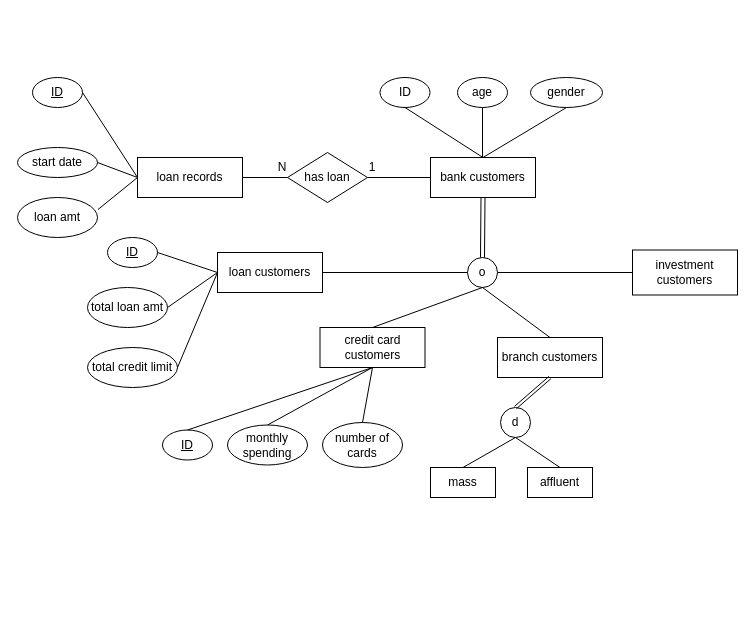
Earlier version of the draw.io diagram Homeworks/hw1.drawio (qqaazz800624/2023_Database_Systems_SQLtoNoSQL). Source tidied: cells renumbered, new cells numbered last; positions are measured from the earlier drawing's top-left corner, leaving out a move shared by most shapes. Both pictures are drawn from the tidied source at 100%, with x=0, y=0 at pixel (17, 77).
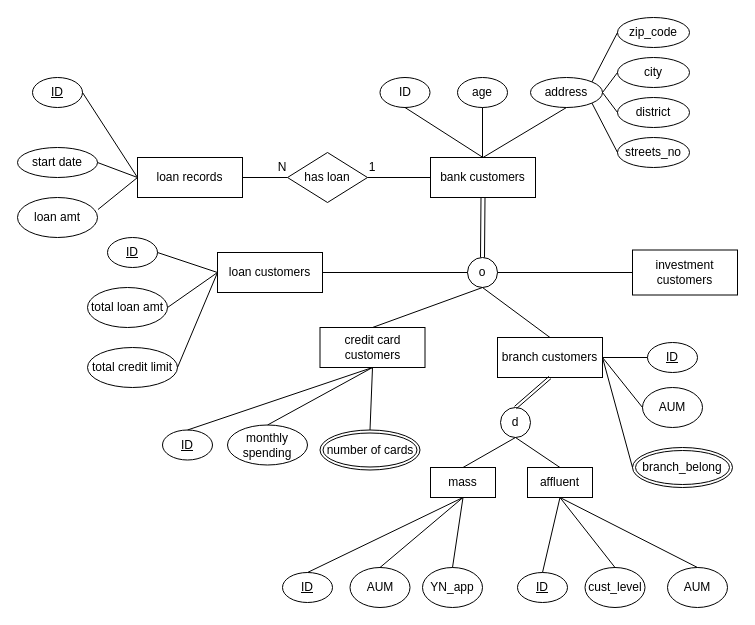
The same diagram, later.

The change refers to these unchanged cells:
```xml
<mxCell id="4" value="branch customers" style="rounded=0;whiteSpace=wrap;html=1;" parent="1" vertex="1">
  <mxGeometry x="480" y="260" width="105" height="40" as="geometry" />
</mxCell>
<mxCell id="19" value="mass" style="rounded=0;whiteSpace=wrap;html=1;" parent="1" vertex="1">
  <mxGeometry x="413" y="390" width="65" height="30" as="geometry" />
</mxCell>
<mxCell id="20" value="affluent" style="rounded=0;whiteSpace=wrap;html=1;" parent="1" vertex="1">
  <mxGeometry x="510" y="390" width="65" height="30" as="geometry" />
</mxCell>
```

Diff of the diagram source:
```diff
@@
-    <mxCell id="14" value="gender" style="ellipse;whiteSpace=wrap;html=1;" parent="1" vertex="1">
+    <mxCell id="14" value="address" style="ellipse;whiteSpace=wrap;html=1;" parent="1" vertex="1">
       <mxGeometry x="513" width="72" height="30" as="geometry" />
     </mxCell>
@@
-    <mxCell id="45" value="number of cards" style="ellipse;whiteSpace=wrap;html=1;" parent="1" vertex="1">
-      <mxGeometry x="305" y="345" width="80" height="45" as="geometry" />
-    </mxCell>
@@
+    <mxCell id="50" value="&lt;u&gt;ID&lt;/u&gt;" style="ellipse;whiteSpace=wrap;html=1;" parent="1" vertex="1">
+      <mxGeometry x="630" y="265" width="50" height="30" as="geometry" />
+    </mxCell>
+    <mxCell id="51" value="AUM" style="ellipse;whiteSpace=wrap;html=1;" parent="1" vertex="1">
+      <mxGeometry x="625" y="310" width="60" height="40" as="geometry" />
+    </mxCell>
+    <mxCell id="52" style="endArrow=none;html=1;rounded=0;entryX=1;entryY=0.5;entryDx=0;entryDy=0;exitX=0;exitY=0.5;exitDx=0;exitDy=0;" parent="1" edge="1" source="50" target="4">
+      <mxGeometry relative="1" as="geometry" />
+    </mxCell>
+    <mxCell id="53" style="endArrow=none;html=1;rounded=0;entryX=1;entryY=0.5;entryDx=0;entryDy=0;exitX=0;exitY=0.5;exitDx=0;exitDy=0;" parent="1" edge="1" source="51" target="4">
+      <mxGeometry relative="1" as="geometry" />
+    </mxCell>
+    <mxCell id="54" value="branch_belong" style="ellipse;shape=doubleEllipse;margin=3;whiteSpace=wrap;html=1;align=center;" parent="1" vertex="1">
+      <mxGeometry x="615" y="370" width="100" height="40" as="geometry" />
+    </mxCell>
+    <mxCell id="55" style="endArrow=none;html=1;rounded=0;entryX=1;entryY=0.5;entryDx=0;entryDy=0;exitX=0;exitY=0.5;exitDx=0;exitDy=0;" parent="1" edge="1" source="54" target="4">
+      <mxGeometry relative="1" as="geometry" />
+    </mxCell>
+    <mxCell id="56" value="zip_code" style="ellipse;whiteSpace=wrap;html=1;" parent="1" vertex="1">
+      <mxGeometry x="600" y="-60" width="72" height="30" as="geometry" />
+    </mxCell>
+    <mxCell id="57" value="city" style="ellipse;whiteSpace=wrap;html=1;" parent="1" vertex="1">
+      <mxGeometry x="600" y="-20" width="72" height="30" as="geometry" />
+    </mxCell>
+    <mxCell id="58" value="district" style="ellipse;whiteSpace=wrap;html=1;" parent="1" vertex="1">
+      <mxGeometry x="600" y="20" width="72" height="30" as="geometry" />
+    </mxCell>
+    <mxCell id="59" value="streets_no" style="ellipse;whiteSpace=wrap;html=1;" parent="1" vertex="1">
+      <mxGeometry x="600" y="60" width="72" height="30" as="geometry" />
+    </mxCell>
+    <mxCell id="60" style="endArrow=none;html=1;rounded=0;entryX=1;entryY=0;entryDx=0;entryDy=0;exitX=0;exitY=0.5;exitDx=0;exitDy=0;" parent="1" edge="1" source="56" target="14">
+      <mxGeometry relative="1" as="geometry" />
+    </mxCell>
+    <mxCell id="61" style="endArrow=none;html=1;rounded=0;entryX=1;entryY=0.5;entryDx=0;entryDy=0;exitX=0;exitY=0.5;exitDx=0;exitDy=0;" parent="1" edge="1" source="57" target="14">
+      <mxGeometry relative="1" as="geometry" />
+    </mxCell>
+    <mxCell id="62" style="endArrow=none;html=1;rounded=0;entryX=1;entryY=0.5;entryDx=0;entryDy=0;exitX=0;exitY=0.5;exitDx=0;exitDy=0;" parent="1" edge="1" source="58" target="14">
+      <mxGeometry relative="1" as="geometry" />
+    </mxCell>
+    <mxCell id="63" style="endArrow=none;html=1;rounded=0;entryX=1;entryY=1;entryDx=0;entryDy=0;exitX=0;exitY=0.5;exitDx=0;exitDy=0;" parent="1" edge="1" source="59" target="14">
+      <mxGeometry relative="1" as="geometry" />
+    </mxCell>
+    <mxCell id="45" value="number of cards" style="ellipse;shape=doubleEllipse;margin=3;whiteSpace=wrap;html=1;align=center;" parent="1" vertex="1">
+      <mxGeometry x="302.5" y="352.5" width="100" height="40" as="geometry" />
+    </mxCell>
+    <mxCell id="64" value="&lt;u&gt;ID&lt;/u&gt;" style="ellipse;whiteSpace=wrap;html=1;" parent="1" vertex="1">
+      <mxGeometry x="265" y="495" width="50" height="30" as="geometry" />
+    </mxCell>
+    <mxCell id="65" value="AUM" style="ellipse;whiteSpace=wrap;html=1;" parent="1" vertex="1">
+      <mxGeometry x="332.5" y="490" width="60" height="40" as="geometry" />
+    </mxCell>
+    <mxCell id="66" value="YN_app" style="ellipse;whiteSpace=wrap;html=1;" parent="1" vertex="1">
+      <mxGeometry x="405" y="490" width="60" height="40" as="geometry" />
+    </mxCell>
+    <mxCell id="67" style="endArrow=none;html=1;rounded=0;entryX=0.5;entryY=1;entryDx=0;entryDy=0;exitX=0.5;exitY=0;exitDx=0;exitDy=0;" parent="1" edge="1" source="64" target="19">
+      <mxGeometry relative="1" as="geometry" />
+    </mxCell>
+    <mxCell id="68" style="endArrow=none;html=1;rounded=0;entryX=0.5;entryY=1;entryDx=0;entryDy=0;exitX=0.5;exitY=0;exitDx=0;exitDy=0;" parent="1" edge="1" source="65" target="19">
+      <mxGeometry relative="1" as="geometry" />
+    </mxCell>
+    <mxCell id="69" style="endArrow=none;html=1;rounded=0;entryX=0.5;entryY=1;entryDx=0;entryDy=0;exitX=0.5;exitY=0;exitDx=0;exitDy=0;" parent="1" edge="1" source="66" target="19">
+      <mxGeometry relative="1" as="geometry" />
+    </mxCell>
+    <mxCell id="70" value="&lt;u&gt;ID&lt;/u&gt;" style="ellipse;whiteSpace=wrap;html=1;" parent="1" vertex="1">
+      <mxGeometry x="500" y="495" width="50" height="30" as="geometry" />
+    </mxCell>
+    <mxCell id="71" value="cust_level" style="ellipse;whiteSpace=wrap;html=1;" parent="1" vertex="1">
+      <mxGeometry x="567.5" y="490" width="60" height="40" as="geometry" />
+    </mxCell>
+    <mxCell id="72" value="AUM" style="ellipse;whiteSpace=wrap;html=1;" parent="1" vertex="1">
+      <mxGeometry x="650" y="490" width="60" height="40" as="geometry" />
+    </mxCell>
+    <mxCell id="73" style="endArrow=none;html=1;rounded=0;entryX=0.5;entryY=1;entryDx=0;entryDy=0;exitX=0.5;exitY=0;exitDx=0;exitDy=0;" parent="1" edge="1" source="70" target="20">
+      <mxGeometry relative="1" as="geometry" />
+    </mxCell>
+    <mxCell id="74" style="endArrow=none;html=1;rounded=0;entryX=0.5;entryY=1;entryDx=0;entryDy=0;exitX=0.5;exitY=0;exitDx=0;exitDy=0;" parent="1" edge="1" source="71" target="20">
+      <mxGeometry relative="1" as="geometry" />
+    </mxCell>
+    <mxCell id="75" style="endArrow=none;html=1;rounded=0;entryX=0.5;entryY=1;entryDx=0;entryDy=0;exitX=0.5;exitY=0;exitDx=0;exitDy=0;" parent="1" edge="1" source="72" target="20">
+      <mxGeometry relative="1" as="geometry" />
+    </mxCell>
```
